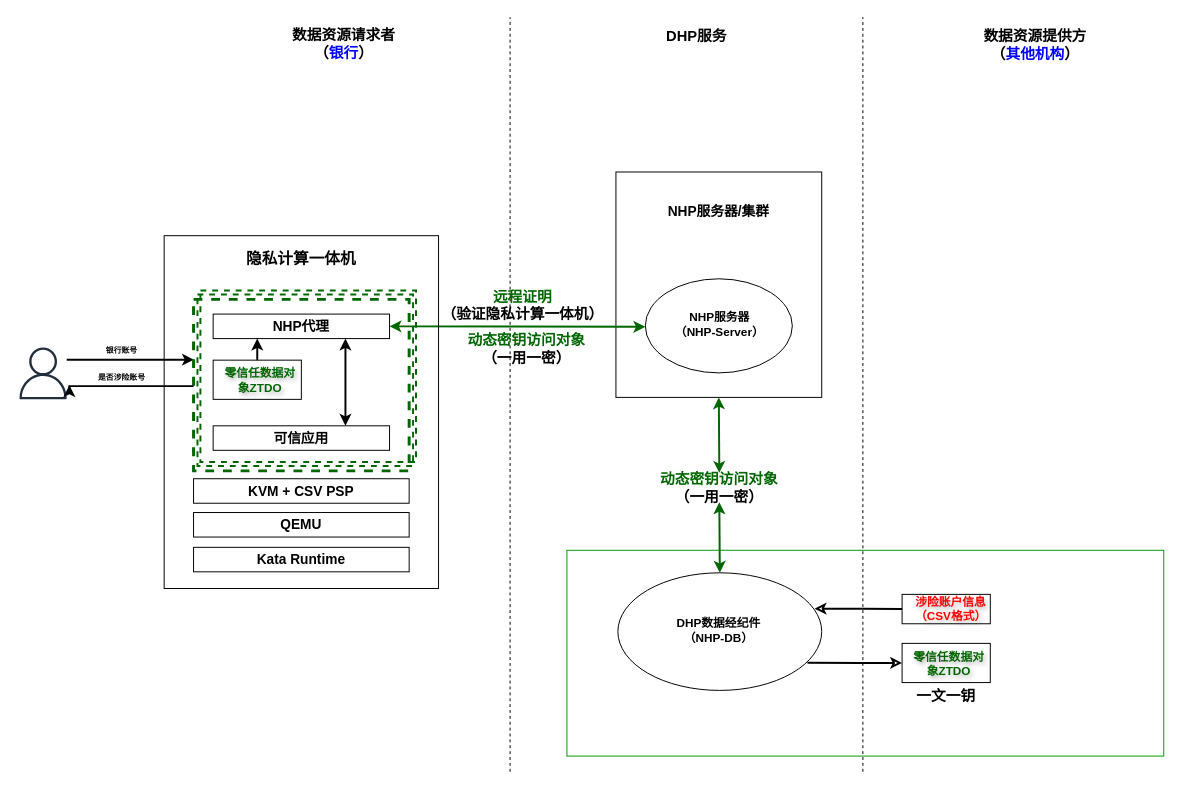
This is page "dhp scenarios" (22 of 22) of dhp/OpenDHP.drawio from wenhulove333/opendhp, a draw.io file, before an edit. Source tidied: cells renumbered, new cells numbered last; positions are measured from the earlier drawing's top-left corner, leaving out a move shared by most shapes. Both pictures are drawn from the tidied source at 98%, with x=0, y=0 at pixel (17, 17).
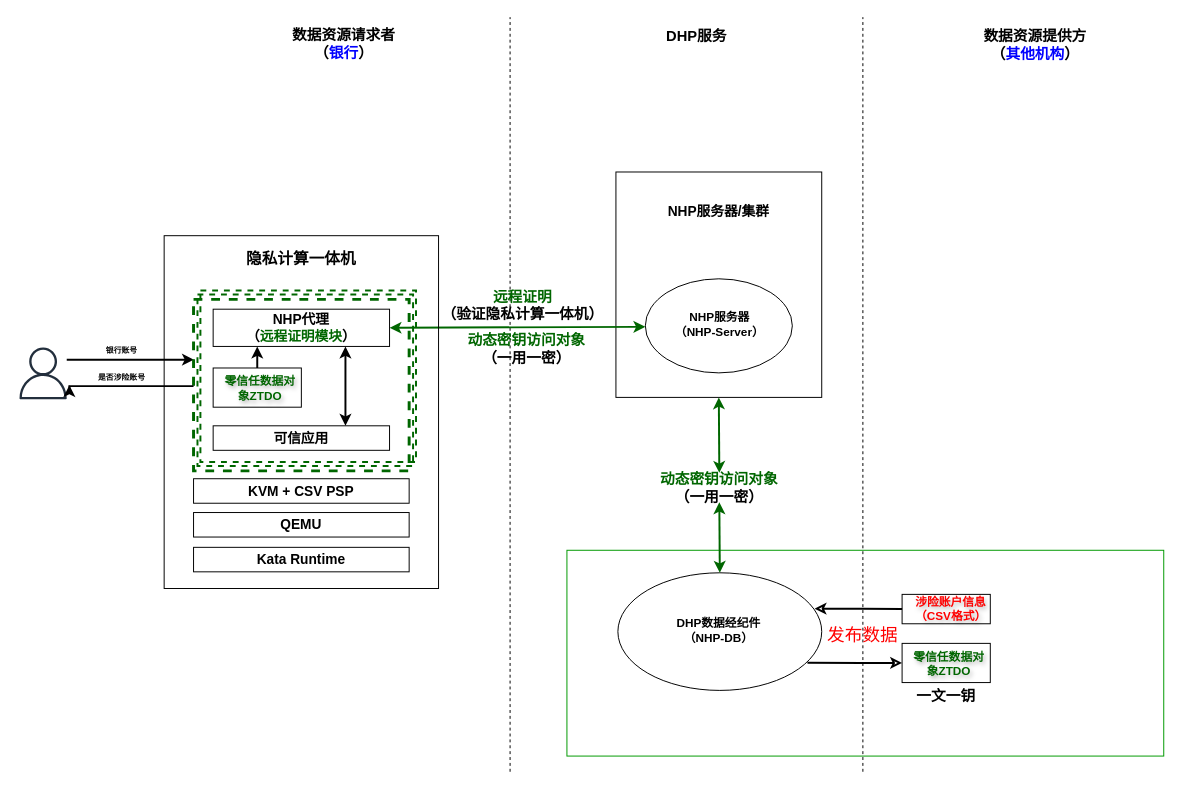
Above is the later version.

Diff of the diagram source:
```diff
@@
-    <mxCell id="34" value="&lt;b&gt;&lt;font style=&quot;font-size: 14px;&quot;&gt;NHP代理&lt;/font&gt;&lt;/b&gt;" style="rounded=0;whiteSpace=wrap;html=1;fillColor=none;" parent="1" vertex="1">
-      <mxGeometry x="200" y="303" width="180" height="25" as="geometry" />
+    <mxCell id="34" value="&lt;b&gt;&lt;font style=&quot;font-size: 14px;&quot;&gt;NHP代理&lt;/font&gt;&lt;/b&gt;&lt;div&gt;&lt;b&gt;&lt;font style=&quot;font-size: 14px;&quot;&gt;（&lt;font style=&quot;color: rgb(0, 102, 0);&quot;&gt;远程证明模块&lt;/font&gt;）&lt;/font&gt;&lt;/b&gt;&lt;/div&gt;" style="rounded=0;whiteSpace=wrap;html=1;fillColor=none;" parent="1" vertex="1">
+      <mxGeometry x="200" y="298" width="180" height="38" as="geometry" />
     </mxCell>
@@
     <mxCell id="37" style="group;textShadow=1;fontColor=#006600;" parent="1" vertex="1">
-      <mxGeometry x="200" y="350" width="90" height="40" as="geometry" />
+      <mxGeometry x="200" y="358" width="90" height="40" as="geometry" />
     </mxCell>
@@
+    <mxCell id="49" value="&lt;font style=&quot;font-size: 18px; color: rgb(255, 0, 0);&quot;&gt;发布数据&lt;/font&gt;" style="text;html=1;align=center;verticalAlign=middle;whiteSpace=wrap;rounded=0;" parent="1" vertex="1">
+      <mxGeometry x="823" y="616" width="80" height="30" as="geometry" />
+    </mxCell>
```
